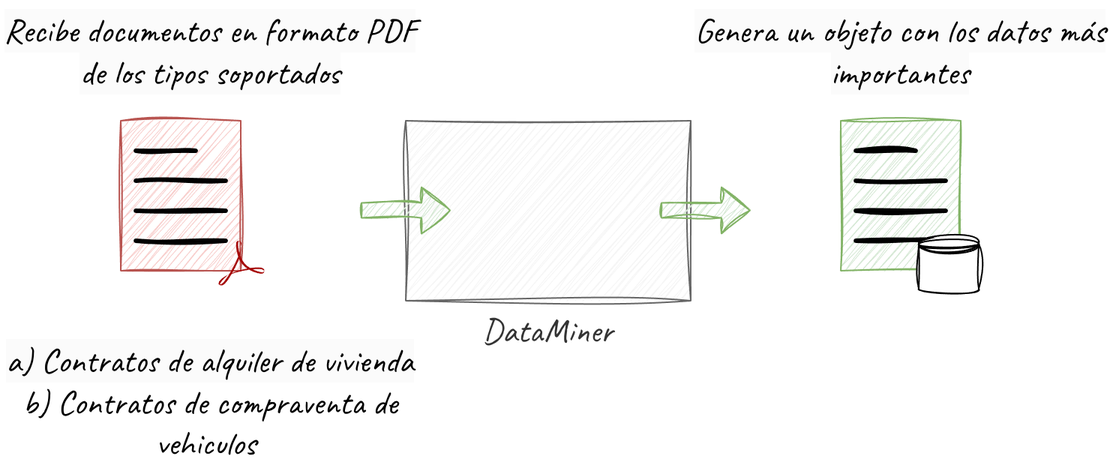
Before: chapter/1/images/chapter_1.specific_a.png, a diagram exported from draw.io (desarrolla2/viu_84_memoria). Source tidied: cells renumbered, new cells last; positions are measured from the earlier drawing's top-left corner, leaving out a move shared by most shapes.
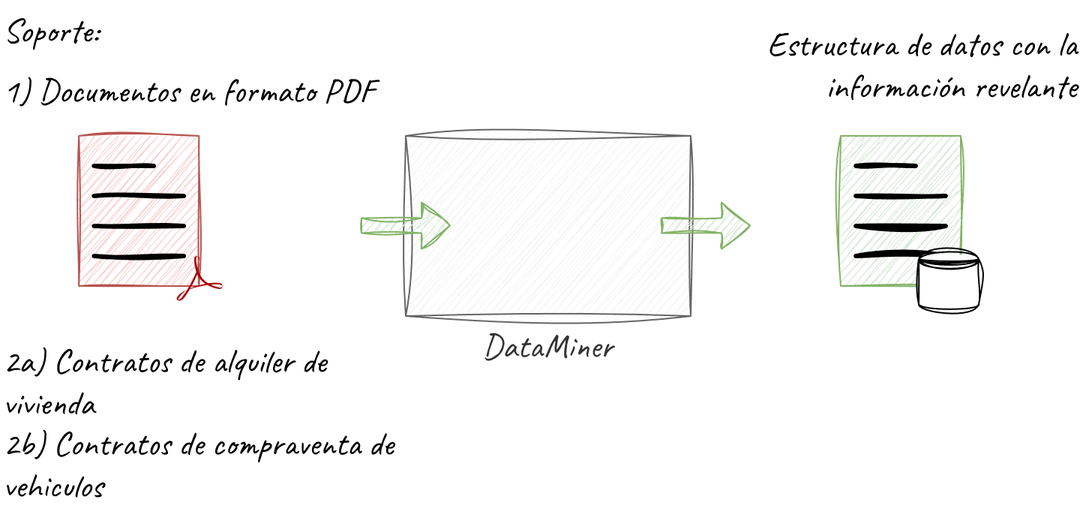
After the change.

Change to the diagram source:
```diff
@@ -2,27 +2,6 @@
   <root>
     <mxCell id="0" />
     <mxCell id="1" parent="0" />
-    <mxCell id="2" value="&lt;font style=&quot;font-size: 23px;&quot; face=&quot;Caveat&quot;&gt;DataMiner&lt;/font&gt;" style="rounded=0;whiteSpace=wrap;html=1;labelPosition=center;verticalLabelPosition=bottom;align=center;verticalAlign=top;sketch=1;curveFitting=1;jiggle=2;fillColor=#f5f5f5;fontColor=#333333;strokeColor=#666666;" parent="1" vertex="1">
-      <mxGeometry x="270" y="80" width="190" height="120" as="geometry" />
-    </mxCell>
-    <mxCell id="3" style="shape=flexArrow;endArrow=classic;html=1;rounded=0;fillColor=#d5e8d4;strokeColor=#82b366;sketch=1;curveFitting=1;jiggle=2;" parent="1" edge="1">
-      <mxGeometry relative="1" as="geometry">
-        <mxPoint x="440" y="139.8" as="sourcePoint" />
-        <mxPoint x="500" y="139.8" as="targetPoint" />
-      </mxGeometry>
-    </mxCell>
-    <mxCell id="4" style="shape=flexArrow;endArrow=classic;html=1;rounded=0;fillColor=#d5e8d4;strokeColor=#82b366;sketch=1;curveFitting=1;jiggle=2;" parent="1" edge="1">
-      <mxGeometry relative="1" as="geometry">
-        <mxPoint x="240" y="139.8" as="sourcePoint" />
-        <mxPoint x="300" y="139.8" as="targetPoint" />
-      </mxGeometry>
-    </mxCell>
-    <mxCell id="5" value="&lt;span style=&quot;color: rgb(0, 0, 0); font-family: Caveat; font-size: 23px; font-style: normal; font-variant-ligatures: normal; font-variant-caps: normal; font-weight: 400; letter-spacing: normal; orphans: 2; text-indent: 0px; text-transform: none; widows: 2; word-spacing: 0px; -webkit-text-stroke-width: 0px; white-space: normal; background-color: rgb(251, 251, 251); text-decoration-thickness: initial; text-decoration-style: initial; text-decoration-color: initial; float: none; display: inline !important;&quot;&gt;Recibe documentos en formato PDF de los tipos soportados&lt;/span&gt;" style="text;whiteSpace=wrap;html=1;align=center;" parent="1" vertex="1">
-      <mxGeometry width="280" height="31" as="geometry" />
-    </mxCell>
-    <mxCell id="6" value="&lt;span style=&quot;color: rgb(0, 0, 0); font-family: Caveat; font-size: 23px; font-style: normal; font-variant-ligatures: normal; font-variant-caps: normal; font-weight: 400; letter-spacing: normal; orphans: 2; text-indent: 0px; text-transform: none; widows: 2; word-spacing: 0px; -webkit-text-stroke-width: 0px; white-space: normal; background-color: rgb(251, 251, 251); text-decoration-thickness: initial; text-decoration-style: initial; text-decoration-color: initial; float: none; display: inline !important;&quot;&gt;Genera un objeto con los datos más importantes&lt;/span&gt;" style="text;whiteSpace=wrap;html=1;align=center;" parent="1" vertex="1">
-      <mxGeometry x="460" width="280" height="31" as="geometry" />
-    </mxCell>
     <mxCell id="7" style="rounded=0;whiteSpace=wrap;html=1;sketch=1;curveFitting=1;jiggle=2;fillColor=#f8cecc;strokeColor=#b85450;" parent="1" vertex="1">
       <mxGeometry x="80" y="80" width="80" height="100" as="geometry" />
     </mxCell>
@@ -53,44 +32,71 @@
     <mxCell id="12" style="dashed=0;html=1;align=center;labelPosition=center;verticalLabelPosition=bottom;verticalAlign=top;shape=mxgraph.weblogos.adobe_pdf;fillColor=#A60908;" parent="1" vertex="1">
       <mxGeometry x="145" y="160" width="30.8" height="30" as="geometry" />
     </mxCell>
-    <mxCell id="13" style="group;" parent="1" vertex="1">
-      <mxGeometry x="560" y="80" width="92" height="117" as="geometry" />
-    </mxCell>
+    <mxCell id="2" value="&lt;font style=&quot;font-size: 23px;&quot; face=&quot;Caveat&quot;&gt;DataMiner&lt;/font&gt;" style="rounded=0;whiteSpace=wrap;html=1;labelPosition=center;verticalLabelPosition=bottom;align=center;verticalAlign=top;sketch=1;curveFitting=1;jiggle=2;fillColor=#f5f5f5;fontColor=#333333;strokeColor=#666666;" parent="1" vertex="1">
+      <mxGeometry x="297.9" y="80" width="190" height="120" as="geometry" />
+    </mxCell>
+    <mxCell id="22" style="shape=flexArrow;endArrow=classic;html=1;rounded=0;fillColor=#d5e8d4;strokeColor=#82b366;sketch=1;curveFitting=1;jiggle=2;" parent="1" edge="1">
+      <mxGeometry relative="1" as="geometry">
+        <mxPoint x="467.9" y="139.8" as="sourcePoint" />
+        <mxPoint x="527.9" y="139.8" as="targetPoint" />
+      </mxGeometry>
+    </mxCell>
+    <mxCell id="23" style="shape=flexArrow;endArrow=classic;html=1;rounded=0;fillColor=#d5e8d4;strokeColor=#82b366;sketch=1;curveFitting=1;jiggle=2;" parent="1" edge="1">
+      <mxGeometry relative="1" as="geometry">
+        <mxPoint x="267.9" y="139.8" as="sourcePoint" />
+        <mxPoint x="327.9" y="139.8" as="targetPoint" />
+      </mxGeometry>
+    </mxCell>
+    <mxCell id="24" style="group;" parent="1" vertex="1">
+      <mxGeometry x="587.9" y="80" width="92" height="117" as="geometry" />
+    </mxCell>
-    <mxCell id="14" style="rounded=0;whiteSpace=wrap;html=1;sketch=1;curveFitting=1;jiggle=2;fillColor=#d5e8d4;strokeColor=#82b366;" parent="13" vertex="1">
+    <mxCell id="14" style="rounded=0;whiteSpace=wrap;html=1;sketch=1;curveFitting=1;jiggle=2;fillColor=#d5e8d4;strokeColor=#82b366;" parent="24" vertex="1">
       <mxGeometry width="80" height="100" as="geometry" />
     </mxCell>
-    <mxCell id="15" style="endArrow=none;html=1;rounded=0;sketch=1;curveFitting=1;jiggle=2;strokeWidth=3;" parent="13" edge="1">
-      <mxGeometry relative="1" as="geometry">
-        <mxPoint x="10" y="80" as="sourcePoint" />
-        <mxPoint x="70" y="80" as="targetPoint" />
-      </mxGeometry>
-    </mxCell>
-    <mxCell id="16" style="endArrow=none;html=1;rounded=0;sketch=1;curveFitting=1;jiggle=2;strokeWidth=3;" parent="13" edge="1">
-      <mxGeometry relative="1" as="geometry">
-        <mxPoint x="10" y="60" as="sourcePoint" />
-        <mxPoint x="70" y="60" as="targetPoint" />
-      </mxGeometry>
-    </mxCell>
-    <mxCell id="17" style="endArrow=none;html=1;rounded=0;sketch=1;curveFitting=1;jiggle=2;strokeWidth=3;" parent="13" edge="1">
-      <mxGeometry relative="1" as="geometry">
-        <mxPoint x="10" y="40" as="sourcePoint" />
-        <mxPoint x="70" y="40" as="targetPoint" />
-      </mxGeometry>
-    </mxCell>
-    <mxCell id="18" style="endArrow=none;html=1;rounded=0;sketch=1;curveFitting=1;jiggle=2;strokeWidth=3;" parent="13" edge="1">
-      <mxGeometry relative="1" as="geometry">
-        <mxPoint x="10" y="20" as="sourcePoint" />
-        <mxPoint x="50" y="20" as="targetPoint" />
-      </mxGeometry>
-    </mxCell>
+    <mxCell id="25" style="endArrow=none;html=1;rounded=0;sketch=1;curveFitting=1;jiggle=2;strokeWidth=3;" parent="24" edge="1">
+      <mxGeometry relative="1" as="geometry">
+        <mxPoint x="10" y="80" as="sourcePoint" />
+        <mxPoint x="70" y="80" as="targetPoint" />
+      </mxGeometry>
+    </mxCell>
+    <mxCell id="26" style="endArrow=none;html=1;rounded=0;sketch=1;curveFitting=1;jiggle=2;strokeWidth=3;" parent="24" edge="1">
+      <mxGeometry relative="1" as="geometry">
+        <mxPoint x="10" y="60" as="sourcePoint" />
+        <mxPoint x="70" y="60" as="targetPoint" />
+      </mxGeometry>
+    </mxCell>
+    <mxCell id="27" style="endArrow=none;html=1;rounded=0;sketch=1;curveFitting=1;jiggle=2;strokeWidth=3;" parent="24" edge="1">
+      <mxGeometry relative="1" as="geometry">
+        <mxPoint x="10" y="40" as="sourcePoint" />
+        <mxPoint x="70" y="40" as="targetPoint" />
+      </mxGeometry>
+    </mxCell>
+    <mxCell id="28" style="endArrow=none;html=1;rounded=0;sketch=1;curveFitting=1;jiggle=2;strokeWidth=3;" parent="24" edge="1">
+      <mxGeometry relative="1" as="geometry">
+        <mxPoint x="10" y="20" as="sourcePoint" />
+        <mxPoint x="50" y="20" as="targetPoint" />
+      </mxGeometry>
+    </mxCell>
-    <mxCell id="19" style="shape=datastore;whiteSpace=wrap;html=1;sketch=1;curveFitting=1;jiggle=2;" parent="13" vertex="1">
+    <mxCell id="19" style="shape=datastore;whiteSpace=wrap;html=1;sketch=1;curveFitting=1;jiggle=2;" parent="24" vertex="1">
       <mxGeometry x="52" y="77" width="40" height="40" as="geometry" />
     </mxCell>
-    <mxCell id="20" value="&lt;span style=&quot;color: rgb(0, 0, 0); font-family: Caveat; font-size: 23px; font-style: normal; font-variant-ligatures: normal; font-variant-caps: normal; font-weight: 400; letter-spacing: normal; orphans: 2; text-indent: 0px; text-transform: none; widows: 2; word-spacing: 0px; -webkit-text-stroke-width: 0px; white-space: normal; background-color: rgb(251, 251, 251); text-decoration-thickness: initial; text-decoration-style: initial; text-decoration-color: initial; float: none; display: inline !important;&quot;&gt;a) Contratos de alquiler de vivienda&lt;/span&gt;&lt;div&gt;&lt;span style=&quot;font-family: Caveat; font-size: 23px; background-color: initial;&quot;&gt;b)&amp;nbsp;&lt;/span&gt;&lt;span style=&quot;font-family: Caveat; font-size: 23px; background-color: initial;&quot;&gt;Contratos de compraventa de vehiculos&lt;/span&gt;&lt;span style=&quot;background-color: initial; font-family: Caveat; font-size: 23px;&quot;&gt;&amp;nbsp;&lt;/span&gt;&lt;/div&gt;" style="text;whiteSpace=wrap;html=1;align=center;" parent="1" vertex="1">
-      <mxGeometry y="220" width="280" height="31" as="geometry" />
-    </mxCell>
-    <mxCell id="21" style="edgeStyle=orthogonalEdgeStyle;rounded=0;orthogonalLoop=1;jettySize=auto;html=1;exitX=0.5;exitY=1;exitDx=0;exitDy=0;" parent="1" edge="1" source="20" target="20">
-      <mxGeometry relative="1" as="geometry" />
-    </mxCell>
+    <mxCell id="29" style="edgeStyle=orthogonalEdgeStyle;rounded=0;orthogonalLoop=1;jettySize=auto;html=1;exitX=0.5;exitY=1;exitDx=0;exitDy=0;" parent="1" edge="1">
+      <mxGeometry relative="1" as="geometry">
+        <mxPoint x="167.9" y="251" as="sourcePoint" />
+        <mxPoint x="167.9" y="251" as="targetPoint" />
+      </mxGeometry>
+    </mxCell>
+    <mxCell id="30" value="&lt;font face=&quot;Caveat&quot;&gt;&lt;span style=&quot;font-size: 23px;&quot;&gt;Soporte:&lt;/span&gt;&lt;/font&gt;" style="text;whiteSpace=wrap;html=1;align=left;" parent="1" vertex="1">
+      <mxGeometry x="27.9" y="-10" width="280" height="31" as="geometry" />
+    </mxCell>
+    <mxCell id="31" value="&lt;font face=&quot;Caveat&quot;&gt;&lt;span style=&quot;font-size: 23px;&quot;&gt;1) Documentos en formato PDF&lt;/span&gt;&lt;/font&gt;" style="text;whiteSpace=wrap;html=1;align=left;" parent="1" vertex="1">
+      <mxGeometry x="27.9" y="30" width="280" height="31" as="geometry" />
+    </mxCell>
+    <mxCell id="32" value="&lt;span style=&quot;font-family: Caveat; font-size: 23px;&quot;&gt;2a) Contratos de alquiler de vivienda&lt;/span&gt;&lt;div style=&quot;&quot;&gt;&lt;span style=&quot;font-family: Caveat; font-size: 23px; background-color: initial;&quot;&gt;2b)&amp;nbsp;&lt;/span&gt;&lt;span style=&quot;font-family: Caveat; font-size: 23px; background-color: initial;&quot;&gt;Contratos de compraventa de vehiculos&lt;/span&gt;&lt;span style=&quot;background-color: initial; font-family: Caveat; font-size: 23px;&quot;&gt;&amp;nbsp;&lt;/span&gt;&lt;/div&gt;" style="text;whiteSpace=wrap;html=1;align=left;" parent="1" vertex="1">
+      <mxGeometry x="27.9" y="210" width="280" height="31" as="geometry" />
+    </mxCell>
+    <mxCell id="33" value="&lt;font face=&quot;Caveat&quot;&gt;&lt;span style=&quot;font-size: 23px;&quot;&gt;Estructura de datos con la información revelante&lt;/span&gt;&lt;/font&gt;" style="text;whiteSpace=wrap;html=1;align=right;" parent="1" vertex="1">
+      <mxGeometry x="467.9" y="-1" width="280" height="31" as="geometry" />
+    </mxCell>
   </root>
 </mxGraphModel>
```
